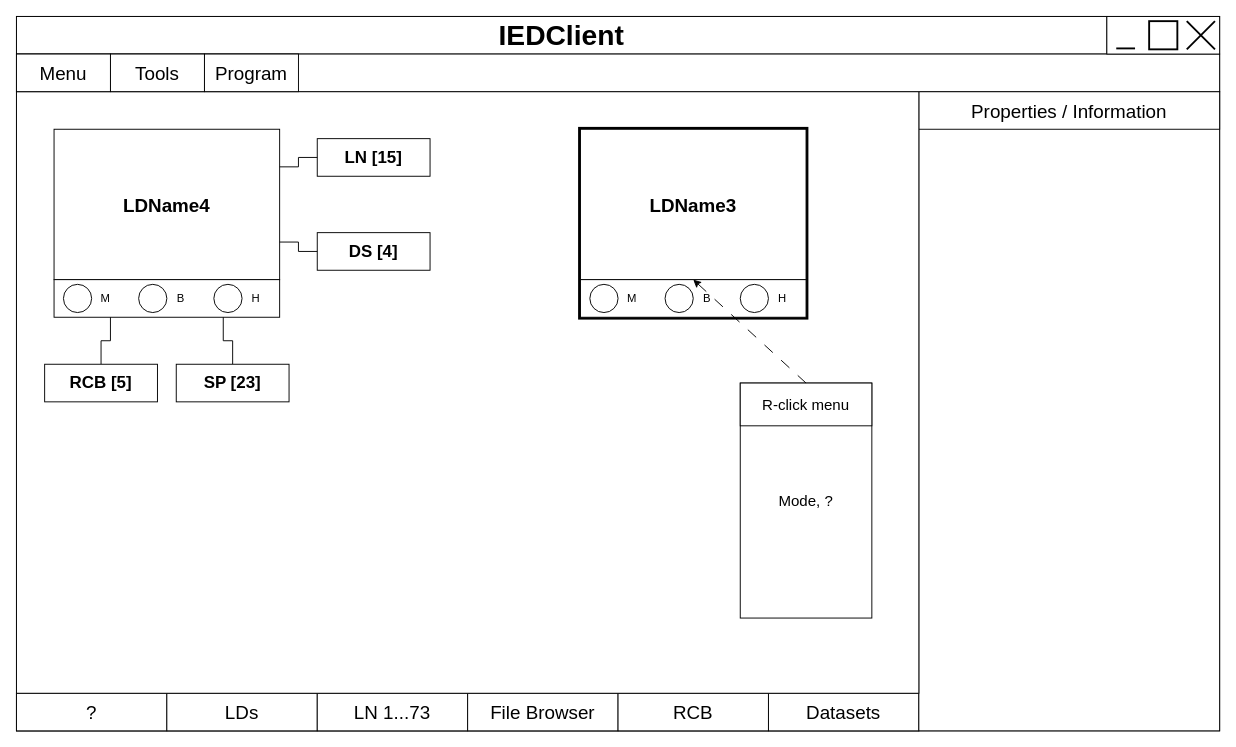
This is page "GUI LD" (2 of 14) of docs/Architecture.drawio from Rustam12345m/IEDClient, a draw.io file, before an edit. Source tidied: cells renumbered, new cells numbered last; positions are measured from the earlier drawing's top-left corner, leaving out a move shared by most shapes. Both pictures are drawn from the tidied source at 94%, with x=0, y=0 at pixel (16, 16).
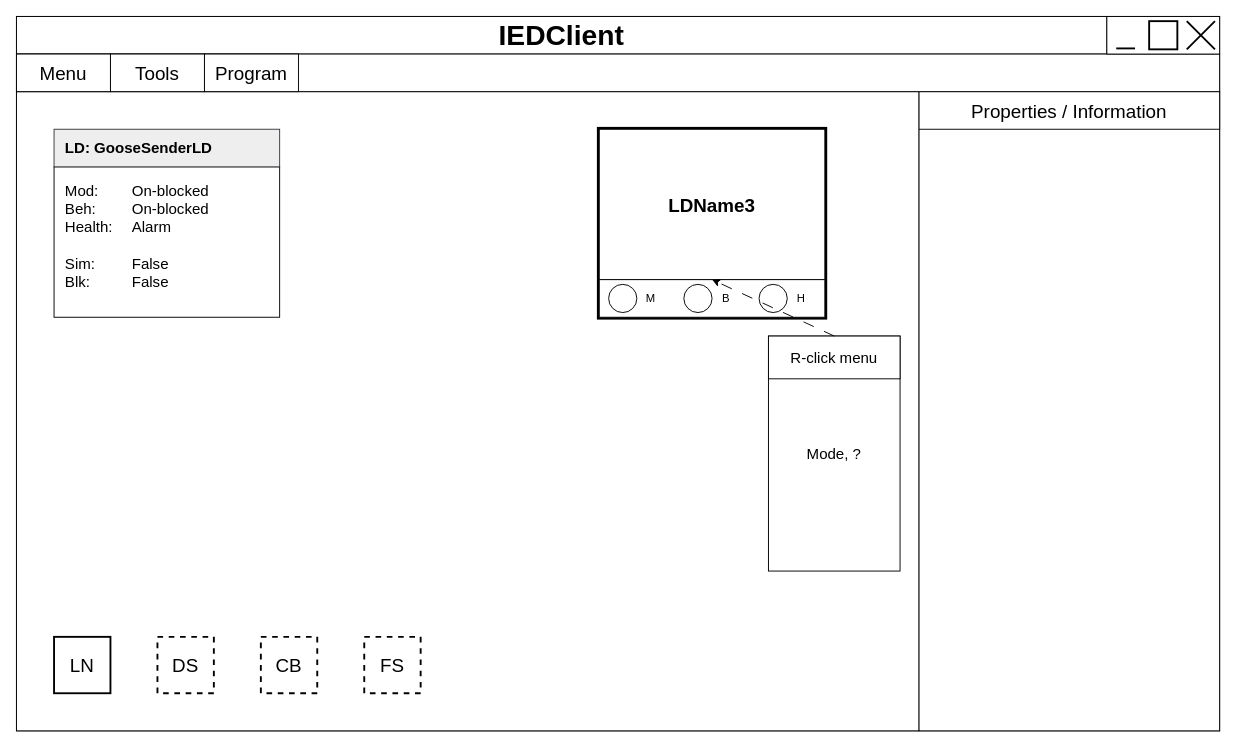
Above is the later version.

The edit, as a diff of the source:
```diff
@@
-    <mxCell id="4" style="group;" parent="1" vertex="1">
-      <mxGeometry y="720" width="960" height="40" as="geometry" />
-    </mxCell>
-    <mxCell id="5" style="rounded=0;whiteSpace=wrap;html=1;" parent="4" vertex="1">
-      <mxGeometry width="960" height="40" as="geometry" />
-    </mxCell>
-    <mxCell id="6" value="&lt;font style=&quot;font-size: 20px;&quot;&gt;?&lt;/font&gt;" style="rounded=0;whiteSpace=wrap;html=1;" parent="4" vertex="1">
-      <mxGeometry width="160" height="40" as="geometry" />
-    </mxCell>
-    <mxCell id="7" value="&lt;font style=&quot;font-size: 20px;&quot;&gt;LDs&lt;/font&gt;" style="rounded=0;whiteSpace=wrap;html=1;" parent="4" vertex="1">
-      <mxGeometry x="160" width="160" height="40" as="geometry" />
-    </mxCell>
-    <mxCell id="8" value="&lt;font style=&quot;font-size: 20px;&quot;&gt;LN 1...73&lt;/font&gt;" style="rounded=0;whiteSpace=wrap;html=1;" parent="4" vertex="1">
-      <mxGeometry x="320" width="160" height="40" as="geometry" />
-    </mxCell>
-    <mxCell id="9" value="&lt;font style=&quot;font-size: 20px;&quot;&gt;File Browser&lt;/font&gt;" style="rounded=0;whiteSpace=wrap;html=1;" parent="4" vertex="1">
-      <mxGeometry x="480" width="160" height="40" as="geometry" />
-    </mxCell>
-    <mxCell id="10" value="&lt;font style=&quot;font-size: 20px;&quot;&gt;RCB&lt;/font&gt;" style="rounded=0;whiteSpace=wrap;html=1;" parent="4" vertex="1">
-      <mxGeometry x="640" width="160" height="40" as="geometry" />
-    </mxCell>
-    <mxCell id="11" value="&lt;font style=&quot;font-size: 20px;&quot;&gt;Datasets&lt;/font&gt;" style="rounded=0;whiteSpace=wrap;html=1;" parent="4" vertex="1">
-      <mxGeometry x="800" width="160" height="40" as="geometry" />
-    </mxCell>
@@
     <mxCell id="15" style="rounded=0;whiteSpace=wrap;html=1;fontSize=20;" parent="1" vertex="1">
-      <mxGeometry y="80" width="960" height="640" as="geometry" />
+      <mxGeometry y="80" width="960" height="680" as="geometry" />
     </mxCell>
@@
     <mxCell id="28" style="group;strokeColor=default;strokeWidth=5;" parent="1" vertex="1">
-      <mxGeometry x="600" y="120" width="240" height="200" as="geometry" />
+      <mxGeometry x="620" y="120" width="240" height="200" as="geometry" />
     </mxCell>
@@
     <mxCell id="40" style="group;strokeColor=none;dashed=1;" parent="1" vertex="1">
-      <mxGeometry x="770" y="390" width="140" height="250" as="geometry" />
+      <mxGeometry x="800" y="340" width="140" height="250" as="geometry" />
     </mxCell>
@@
-    <mxCell id="44" style="group;" parent="1" vertex="1">
-      <mxGeometry x="30" y="120" width="410" height="290" as="geometry" />
-    </mxCell>
-    <mxCell id="45" style="group;" parent="44" vertex="1">
-      <mxGeometry x="10" width="240" height="200" as="geometry" />
-    </mxCell>
+    <mxCell id="65" style="group;" parent="1" vertex="1">
+      <mxGeometry x="40" y="120" width="240" height="200" as="geometry" />
+    </mxCell>
-    <mxCell id="46" value="&lt;font style=&quot;font-size: 20px;&quot;&gt;&lt;b&gt;LDName4&lt;/b&gt;&lt;/font&gt;" style="rounded=0;whiteSpace=wrap;html=1;" parent="45" vertex="1">
-      <mxGeometry width="240" height="160" as="geometry" />
+    <mxCell id="46" value="Mod:&lt;span style=&quot;white-space: pre;&quot;&gt;&#9;&lt;/span&gt;On-blocked&lt;br style=&quot;font-size: 16px;&quot;&gt;Beh:&lt;span style=&quot;white-space: pre;&quot;&gt;&#9;&lt;/span&gt;&lt;span style=&quot;white-space: pre;&quot;&gt;&#9;&lt;/span&gt;On-blocked&lt;br style=&quot;font-size: 16px;&quot;&gt;Health:&lt;span style=&quot;white-space: pre;&quot;&gt;&#9;&lt;/span&gt;Alarm&lt;br&gt;&lt;br&gt;Sim:&lt;span style=&quot;white-space: pre;&quot;&gt;&#9;&lt;/span&gt;&lt;span style=&quot;white-space: pre;&quot;&gt;&#9;&lt;/span&gt;False&lt;br&gt;Blk:&amp;nbsp;&lt;span style=&quot;white-space: pre;&quot;&gt;&#9;&lt;/span&gt;&lt;span style=&quot;white-space: pre;&quot;&gt;&#9;&lt;/span&gt;False" style="rounded=0;whiteSpace=wrap;html=1;align=left;fontSize=16;verticalAlign=top;spacingLeft=10;spacingTop=10;spacingRight=10;spacingBottom=10;" parent="65" vertex="1">
+      <mxGeometry y="40" width="240" height="160" as="geometry" />
     </mxCell>
-    <mxCell id="47" style="rounded=0;whiteSpace=wrap;html=1;" parent="45" vertex="1">
-      <mxGeometry y="160" width="240" height="40" as="geometry" />
+    <mxCell id="47" value="LD: GooseSenderLD" style="rounded=0;whiteSpace=wrap;html=1;align=left;spacingRight=10;spacingLeft=10;fontSize=16;fontStyle=1;fillColor=#eeeeee;strokeColor=#36393d;" parent="65" vertex="1">
+      <mxGeometry width="240" height="40" as="geometry" />
     </mxCell>
-    <mxCell id="48" style="group;" parent="45" vertex="1">
-      <mxGeometry x="10" y="160" width="60" height="40" as="geometry" />
-    </mxCell>
-    <mxCell id="49" style="ellipse;whiteSpace=wrap;html=1;" parent="48" vertex="1">
-      <mxGeometry y="5" width="30" height="30" as="geometry" />
-    </mxCell>
-    <mxCell id="50" value="M" style="text;html=1;strokeColor=none;fillColor=none;align=center;verticalAlign=middle;whiteSpace=wrap;rounded=0;" parent="48" vertex="1">
-      <mxGeometry x="30" width="30" height="40" as="geometry" />
-    </mxCell>
-    <mxCell id="51" style="group;" parent="45" vertex="1">
-      <mxGeometry x="90" y="160" width="60" height="40" as="geometry" />
-    </mxCell>
-    <mxCell id="52" style="ellipse;whiteSpace=wrap;html=1;" parent="51" vertex="1">
-      <mxGeometry y="5" width="30" height="30" as="geometry" />
-    </mxCell>
-    <mxCell id="53" value="B" style="text;html=1;strokeColor=none;fillColor=none;align=center;verticalAlign=middle;whiteSpace=wrap;rounded=0;" parent="51" vertex="1">
-      <mxGeometry x="30" width="30" height="40" as="geometry" />
-    </mxCell>
-    <mxCell id="54" style="group;" parent="45" vertex="1">
-      <mxGeometry x="170" y="160" width="60" height="40" as="geometry" />
-    </mxCell>
-    <mxCell id="55" style="ellipse;whiteSpace=wrap;html=1;" parent="54" vertex="1">
-      <mxGeometry y="5" width="30" height="30" as="geometry" />
-    </mxCell>
-    <mxCell id="56" value="H" style="text;html=1;strokeColor=none;fillColor=none;align=center;verticalAlign=middle;whiteSpace=wrap;rounded=0;" parent="54" vertex="1">
-      <mxGeometry x="30" width="30" height="40" as="geometry" />
-    </mxCell>
-    <mxCell id="57" value="&lt;font style=&quot;font-size: 18px;&quot;&gt;&lt;b&gt;LN [15]&lt;/b&gt;&lt;/font&gt;" style="rounded=0;whiteSpace=wrap;html=1;" parent="44" vertex="1">
-      <mxGeometry x="290" y="10" width="120" height="40" as="geometry" />
-    </mxCell>
-    <mxCell id="58" style="edgeStyle=orthogonalEdgeStyle;rounded=0;jettySize=auto;html=1;exitX=1;exitY=0.25;exitDx=0;exitDy=0;entryX=0;entryY=0.5;entryDx=0;entryDy=0;endArrow=none;endFill=0;" parent="44" edge="1" source="46" target="57">
-      <mxGeometry relative="1" as="geometry" />
-    </mxCell>
-    <mxCell id="59" value="&lt;font style=&quot;font-size: 18px;&quot;&gt;&lt;b&gt;DS [4]&lt;/b&gt;&lt;/font&gt;" style="rounded=0;whiteSpace=wrap;html=1;" parent="44" vertex="1">
-      <mxGeometry x="290" y="110" width="120" height="40" as="geometry" />
-    </mxCell>
-    <mxCell id="60" style="edgeStyle=orthogonalEdgeStyle;rounded=0;jettySize=auto;html=1;exitX=1;exitY=0.75;exitDx=0;exitDy=0;entryX=0;entryY=0.5;entryDx=0;entryDy=0;endArrow=none;endFill=0;" parent="44" edge="1" source="46" target="59">
-      <mxGeometry relative="1" as="geometry" />
-    </mxCell>
-    <mxCell id="61" style="edgeStyle=orthogonalEdgeStyle;rounded=0;jettySize=auto;html=1;exitX=0.5;exitY=0;exitDx=0;exitDy=0;entryX=0.25;entryY=1;entryDx=0;entryDy=0;endArrow=none;endFill=0;" parent="44" edge="1" source="62" target="47">
-      <mxGeometry relative="1" as="geometry" />
-    </mxCell>
-    <mxCell id="62" value="&lt;font style=&quot;font-size: 18px;&quot;&gt;&lt;b&gt;RCB [5]&lt;/b&gt;&lt;/font&gt;" style="rounded=0;whiteSpace=wrap;html=1;" parent="44" vertex="1">
-      <mxGeometry y="250" width="120" height="40" as="geometry" />
-    </mxCell>
-    <mxCell id="63" style="edgeStyle=orthogonalEdgeStyle;rounded=0;jettySize=auto;html=1;exitX=0.5;exitY=0;exitDx=0;exitDy=0;entryX=0.75;entryY=1;entryDx=0;entryDy=0;endArrow=none;endFill=0;" parent="44" edge="1" source="64" target="47">
-      <mxGeometry relative="1" as="geometry" />
-    </mxCell>
-    <mxCell id="64" value="&lt;font style=&quot;font-size: 18px;&quot;&gt;&lt;b&gt;SP [23]&lt;/b&gt;&lt;/font&gt;" style="rounded=0;whiteSpace=wrap;html=1;" parent="44" vertex="1">
-      <mxGeometry x="140" y="250" width="120" height="40" as="geometry" />
-    </mxCell>
+    <mxCell id="8" value="&lt;font style=&quot;font-size: 20px;&quot;&gt;LN&lt;/font&gt;" style="rounded=0;whiteSpace=wrap;html=1;strokeWidth=2;" parent="1" vertex="1">
+      <mxGeometry x="40" y="660" width="60" height="60" as="geometry" />
+    </mxCell>
+    <mxCell id="66" value="&lt;font style=&quot;font-size: 20px;&quot;&gt;DS&lt;/font&gt;" style="rounded=0;whiteSpace=wrap;html=1;dashed=1;strokeWidth=2;" parent="1" vertex="1">
+      <mxGeometry x="150" y="660" width="60" height="60" as="geometry" />
+    </mxCell>
+    <mxCell id="67" value="&lt;font style=&quot;font-size: 20px;&quot;&gt;CB&lt;/font&gt;" style="rounded=0;whiteSpace=wrap;html=1;dashed=1;strokeWidth=2;" parent="1" vertex="1">
+      <mxGeometry x="260" y="660" width="60" height="60" as="geometry" />
+    </mxCell>
+    <mxCell id="68" value="&lt;font style=&quot;font-size: 20px;&quot;&gt;FS&lt;/font&gt;" style="rounded=0;whiteSpace=wrap;html=1;dashed=1;strokeWidth=2;" parent="1" vertex="1">
+      <mxGeometry x="370" y="660" width="60" height="60" as="geometry" />
+    </mxCell>
```
